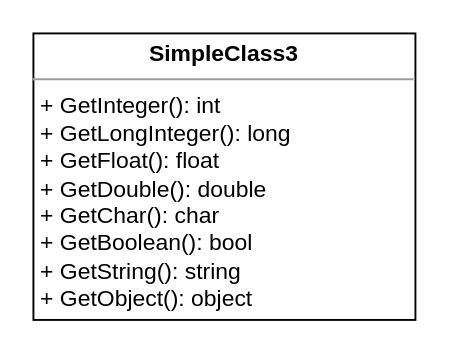
This is page "SimpleClass3" (9 of 22) of uml-design-basics.drawio from sgorgun/uml-design-basics, a draw.io file, before an edit. Source tidied: cells renumbered, new cells numbered last; positions are measured from the earlier drawing's top-left corner, leaving out a move shared by most shapes. Both pictures are drawn from the tidied source at 191%, with x=0, y=0 at pixel (32, 32).
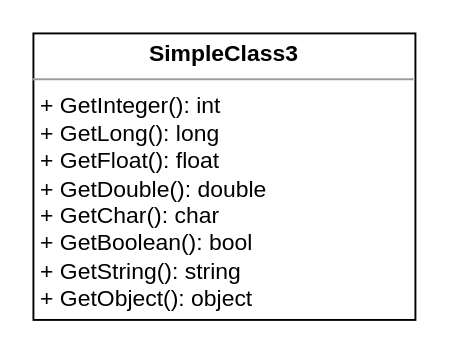
Above is the later version.

Commit message (it also covers changes not shown here):
Fix issue with GetLongInteger - replace with GetLong.

Diff of the diagram source:
```diff
@@
 <mxGraphModel>
   <root>
     <mxCell id="0" />
     <mxCell id="1" parent="0" />
-    <mxCell id="2" value="&lt;p style=&quot;margin: 0px ; margin-top: 4px ; text-align: center&quot;&gt;&lt;b&gt;SimpleClass3&lt;/b&gt;&lt;/p&gt;&lt;hr size=&quot;1&quot;&gt;&lt;p style=&quot;margin: 0px ; margin-left: 4px&quot;&gt;&lt;/p&gt;&lt;p style=&quot;margin: 0px ; margin-left: 4px&quot;&gt;+ GetInteger(): int&lt;br&gt;+ GetLongInteger(): long&lt;br&gt;+ GetFloat(): float&lt;br&gt;+ GetDouble(): double&lt;br&gt;+ GetChar(): char&lt;br&gt;+ GetBoolean(): bool&lt;br&gt;+ GetString(): string&lt;/p&gt;&lt;p style=&quot;margin: 0px ; margin-left: 4px&quot;&gt;+ GetObject(): object&lt;/p&gt;" style="verticalAlign=top;align=left;overflow=fill;fontSize=12;fontFamily=Helvetica;html=1;" parent="1" vertex="1">
+    <mxCell id="2" value="&lt;p style=&quot;margin: 0px ; margin-top: 4px ; text-align: center&quot;&gt;&lt;b&gt;SimpleClass3&lt;/b&gt;&lt;/p&gt;&lt;hr size=&quot;1&quot;&gt;&lt;p style=&quot;margin: 0px ; margin-left: 4px&quot;&gt;&lt;/p&gt;&lt;p style=&quot;margin: 0px ; margin-left: 4px&quot;&gt;+ GetInteger(): int&lt;br&gt;+ GetLong(): long&lt;br&gt;+ GetFloat(): float&lt;br&gt;+ GetDouble(): double&lt;br&gt;+ GetChar(): char&lt;br&gt;+ GetBoolean(): bool&lt;br&gt;+ GetString(): string&lt;/p&gt;&lt;p style=&quot;margin: 0px ; margin-left: 4px&quot;&gt;+ GetObject(): object&lt;/p&gt;" style="verticalAlign=top;align=left;overflow=fill;fontSize=12;fontFamily=Helvetica;html=1;" parent="1" vertex="1">
       <mxGeometry width="200" height="150" as="geometry" />
     </mxCell>
   </root>
 </mxGraphModel>
```
